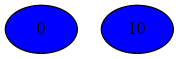
The Graphviz diagram Compiler/25iGraph.png in mbajaj92/Project-Astoria, before a commit. Its source is kept beside it as Compiler/25iGraph.dot.
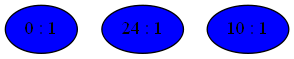
Above is the later version.

The edit, as a diff of the source:
```diff
@@ -1,4 +1,5 @@
 strict graph {
-0[label="0" style=filled fillcolor="blue1"];
-10[label="10" style=filled fillcolor="blue1"];
+0[label="0 : 1" style=filled fillcolor="blue1"];
+24[label="24 : 1" style=filled fillcolor="blue1"];
+10[label="10 : 1" style=filled fillcolor="blue1"];
 }
```
